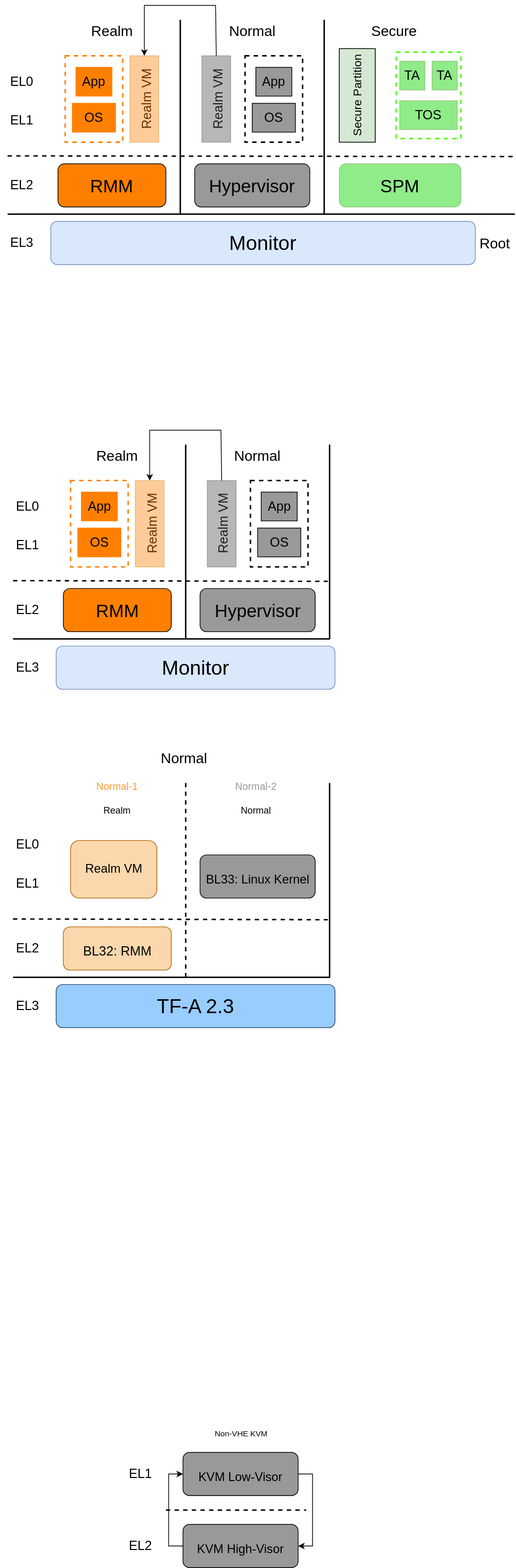
Before: CCA_soft.svg, a diagram exported from draw.io (EdisonE3/vue_learn). Source tidied: cells renumbered, new cells last; positions are measured from the earlier drawing's top-left corner, leaving out a move shared by most shapes.
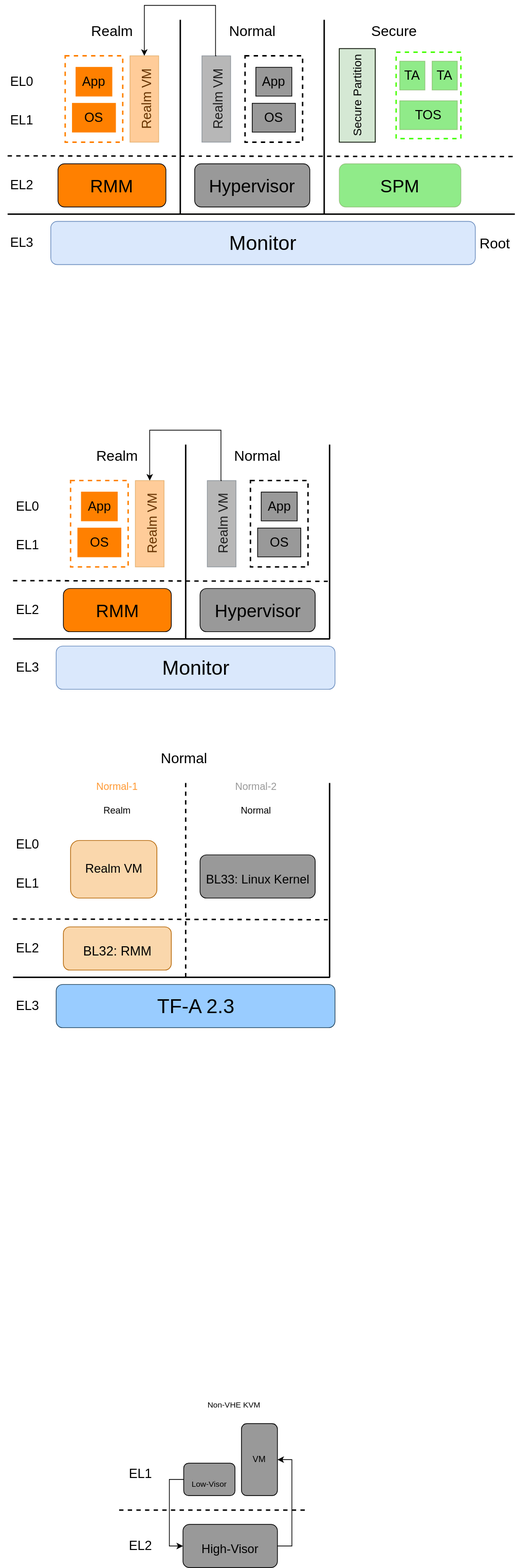
Later version of the same file.

Diff of the diagram source:
```diff
@@ -279,30 +279,33 @@
     </mxCell>
     <mxCell id="77" style="endArrow=none;html=1;rounded=0;fontSize=28;dashed=1;strokeWidth=2;" parent="1" edge="1">
       <mxGeometry relative="1" as="geometry">
-        <mxPoint x="230" y="2090" as="sourcePoint" />
+        <mxPoint x="165" y="2090" as="sourcePoint" />
         <mxPoint x="425" y="2090" as="targetPoint" />
       </mxGeometry>
     </mxCell>
-    <mxCell id="78" style="edgeStyle=orthogonalEdgeStyle;rounded=0;jettySize=auto;html=1;exitX=1;exitY=0.5;exitDx=0;exitDy=0;entryX=1;entryY=0.5;entryDx=0;entryDy=0;" parent="1" edge="1" source="79" target="84">
+    <mxCell id="78" style="edgeStyle=orthogonalEdgeStyle;rounded=0;jettySize=auto;html=1;exitX=0;exitY=0.5;exitDx=0;exitDy=0;entryX=0;entryY=0.5;entryDx=0;entryDy=0;" parent="1" edge="1" source="79" target="84">
       <mxGeometry relative="1" as="geometry" />
     </mxCell>
-    <mxCell id="79" value="&lt;font style=&quot;font-size: 17px;&quot;&gt;KVM Low-Visor&lt;/font&gt;" style="rounded=1;whiteSpace=wrap;html=1;fontSize=28;fillColor=#999999;" parent="1" vertex="1">
-      <mxGeometry x="253.8" y="2010" width="160" height="60" as="geometry" />
+    <mxCell id="79" value="&lt;font style=&quot;font-size: 11px;&quot;&gt;Low-Visor&lt;br&gt;&lt;/font&gt;" style="rounded=1;whiteSpace=wrap;html=1;fontSize=28;fillColor=#999999;" parent="1" vertex="1">
+      <mxGeometry x="254.8" y="2025" width="71.2" height="45" as="geometry" />
     </mxCell>
     <mxCell id="80" value="EL1" style="text;html=1;strokeColor=none;fillColor=none;align=center;verticalAlign=middle;whiteSpace=wrap;rounded=0;fontSize=18;" parent="1" vertex="1">
       <mxGeometry x="164.5" y="2025" width="60" height="30" as="geometry" />
     </mxCell>
     <mxCell id="81" value="&lt;font style=&quot;font-size: 11px;&quot;&gt;Non-VHE KVM&lt;/font&gt;" style="text;html=1;strokeColor=none;fillColor=none;align=center;verticalAlign=middle;whiteSpace=wrap;rounded=0;fontSize=20;opacity=70;" parent="1" vertex="1">
-      <mxGeometry x="274.5" y="1970" width="120" height="20" as="geometry" />
+      <mxGeometry x="265" y="1930" width="120" height="20" as="geometry" />
     </mxCell>
     <mxCell id="82" value="EL2" style="text;html=1;strokeColor=none;fillColor=none;align=center;verticalAlign=middle;whiteSpace=wrap;rounded=0;fontSize=18;" parent="1" vertex="1">
       <mxGeometry x="164.5" y="2125" width="60" height="30" as="geometry" />
     </mxCell>
-    <mxCell id="83" style="edgeStyle=orthogonalEdgeStyle;rounded=0;jettySize=auto;html=1;exitX=0;exitY=0.5;exitDx=0;exitDy=0;entryX=0;entryY=0.5;entryDx=0;entryDy=0;" parent="1" edge="1" source="84" target="79">
-      <mxGeometry relative="1" as="geometry" />
-    </mxCell>
+    <mxCell id="85" style="edgeStyle=orthogonalEdgeStyle;rounded=0;jettySize=auto;html=1;exitX=1;exitY=0.5;exitDx=0;exitDy=0;entryX=1;entryY=0.5;entryDx=0;entryDy=0;" parent="1" edge="1" source="84" target="86">
+      <mxGeometry relative="1" as="geometry" />
+    </mxCell>
-    <mxCell id="84" value="&lt;span style=&quot;font-size: 17px;&quot;&gt;KVM High-Visor&lt;/span&gt;" style="rounded=1;whiteSpace=wrap;html=1;fontSize=28;fillColor=#999999;" parent="1" vertex="1">
-      <mxGeometry x="253.8" y="2110" width="160" height="60" as="geometry" />
+    <mxCell id="84" value="&lt;span style=&quot;font-size: 17px;&quot;&gt;High-Visor&lt;/span&gt;" style="rounded=1;whiteSpace=wrap;html=1;fontSize=28;fillColor=#999999;" parent="1" vertex="1">
+      <mxGeometry x="253.8" y="2110" width="131.2" height="60" as="geometry" />
     </mxCell>
+    <mxCell id="86" value="VM" style="rounded=1;whiteSpace=wrap;html=1;fillColor=#999999;" parent="1" vertex="1">
+      <mxGeometry x="335" y="1970" width="50" height="100" as="geometry" />
+    </mxCell>
   </root>
 </mxGraphModel>
```
